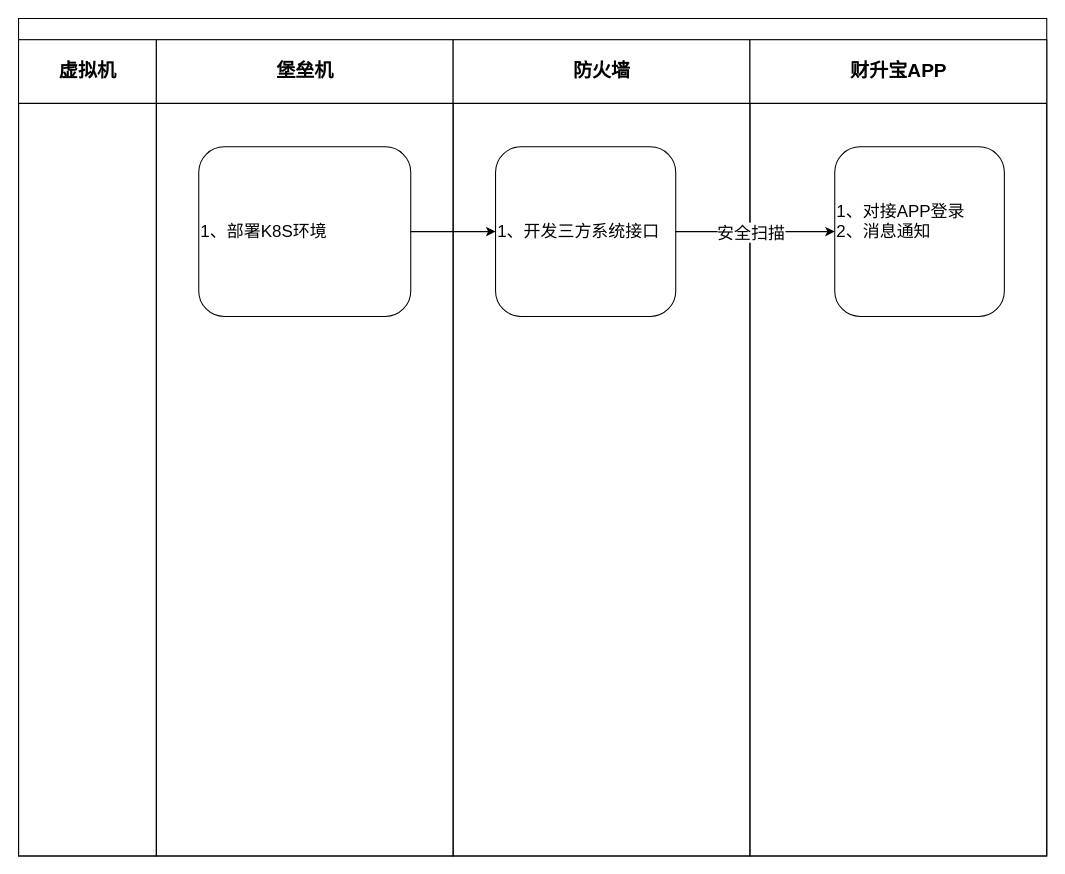
Above: 未命名绘图.drawio in sunpeiyu/testsunpy (draw.io), before the change. Source tidied: cells renumbered, new cells numbered last; positions are measured from the earlier drawing's top-left corner, leaving out a move shared by most shapes. Both pictures are drawn from the tidied source at 106%, with x=0, y=0 at pixel (18, 18).
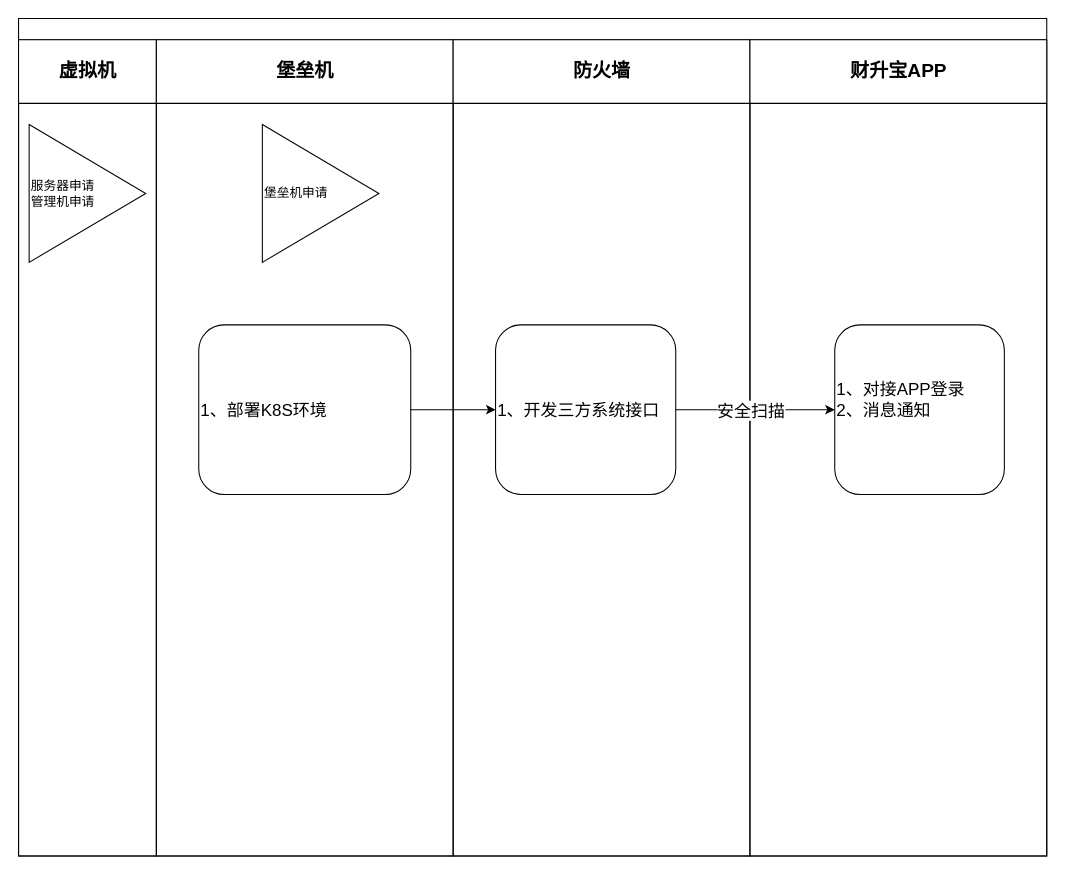
After the change.

Commit message (it also covers changes not shown here):
更新未命名绘图.drawio

What changed in the source:
```diff
@@
 <mxGraphModel>
   <root>
     <mxCell id="0" />
     <mxCell id="1" parent="0" />
     <mxCell id="2" style="swimlane;html=1;startSize=20;rounded=0;shadow=0;labelBackgroundColor=none;strokeWidth=1;fontFamily=Verdana;fontSize=8;align=center;" parent="1" vertex="1">
       <mxGeometry width="970" height="790" as="geometry" />
     </mxCell>
     <mxCell id="3" value="&lt;font style=&quot;font-size: 18px;&quot;&gt;虚拟机&lt;/font&gt;" style="swimlane;html=1;startSize=60;" parent="2" vertex="1">
       <mxGeometry y="20" width="130" height="770" as="geometry" />
     </mxCell>
+    <mxCell id="13" value="服务器申请&lt;br&gt;管理机申请" style="triangle;whiteSpace=wrap;html=1;align=left;" parent="3" vertex="1">
+      <mxGeometry x="10" y="80" width="110" height="130" as="geometry" />
+    </mxCell>
     <mxCell id="4" value="&lt;font style=&quot;font-size: 18px;&quot;&gt;堡垒机&lt;/font&gt;" style="swimlane;html=1;startSize=60;" parent="2" vertex="1">
       <mxGeometry x="130" y="20" width="280" height="770" as="geometry" />
     </mxCell>
     <mxCell id="5" value="&lt;font style=&quot;font-size: 16px;&quot;&gt;1、部署K8S环境&lt;/font&gt;" style="rounded=1;whiteSpace=wrap;html=1;align=left;" parent="4" vertex="1">
-      <mxGeometry x="40" y="101" width="200" height="160" as="geometry" />
+      <mxGeometry x="40" y="269" width="200" height="160" as="geometry" />
     </mxCell>
+    <mxCell id="14" value="堡垒机申请" style="triangle;whiteSpace=wrap;html=1;align=left;" parent="4" vertex="1">
+      <mxGeometry x="100" y="80" width="110" height="130" as="geometry" />
+    </mxCell>
     <mxCell id="6" value="&lt;font style=&quot;font-size: 18px;&quot;&gt;防火墙&lt;/font&gt;" style="swimlane;html=1;startSize=60;" parent="2" vertex="1">
       <mxGeometry x="410" y="20" width="280" height="770" as="geometry" />
     </mxCell>
     <mxCell id="7" value="&lt;font style=&quot;font-size: 16px;&quot;&gt;1、开发三方系统接口&lt;/font&gt;" style="whiteSpace=wrap;html=1;rounded=1;align=left;" parent="6" vertex="1">
-      <mxGeometry x="40" y="101" width="170" height="160" as="geometry" />
+      <mxGeometry x="40" y="269" width="170" height="160" as="geometry" />
     </mxCell>
     <mxCell id="8" value="&lt;font style=&quot;font-size: 18px;&quot;&gt;财升宝APP&lt;/font&gt;" style="swimlane;html=1;startSize=60;" parent="2" vertex="1">
       <mxGeometry x="690" y="20" width="280" height="770" as="geometry" />
     </mxCell>
     <mxCell id="9" value="&lt;font style=&quot;font-size: 16px;&quot;&gt;1、对接APP登录&lt;/font&gt;&lt;div style=&quot;font-size: 16px;&quot;&gt;&lt;font style=&quot;font-size: 16px;&quot;&gt;2、消息通知&lt;/font&gt;&lt;/div&gt;&lt;div style=&quot;font-size: 16px;&quot;&gt;&lt;br&gt;&lt;/div&gt;" style="whiteSpace=wrap;html=1;rounded=1;align=left;" parent="8" vertex="1">
-      <mxGeometry x="80" y="101" width="160" height="160" as="geometry" />
+      <mxGeometry x="80" y="269" width="160" height="160" as="geometry" />
     </mxCell>
     <mxCell id="10" style="edgeStyle=orthogonalEdgeStyle;rounded=0;jettySize=auto;html=1;" parent="2" edge="1" source="5" target="7">
       <mxGeometry relative="1" as="geometry" />
     </mxCell>
     <mxCell id="11" style="edgeStyle=orthogonalEdgeStyle;rounded=0;jettySize=auto;html=1;" parent="2" edge="1" source="7" target="9">
       <mxGeometry relative="1" as="geometry" />
     </mxCell>
     <mxCell id="12" value="&lt;font style=&quot;font-size: 16px;&quot;&gt;安全扫描&lt;/font&gt;" style="edgeLabel;html=1;align=center;verticalAlign=middle;" parent="11" vertex="1">
       <mxGeometry x="-0.33" y="2" relative="1" as="geometry">
         <mxPoint x="20" y="2" as="offset" />
       </mxGeometry>
     </mxCell>
   </root>
 </mxGraphModel>
```
